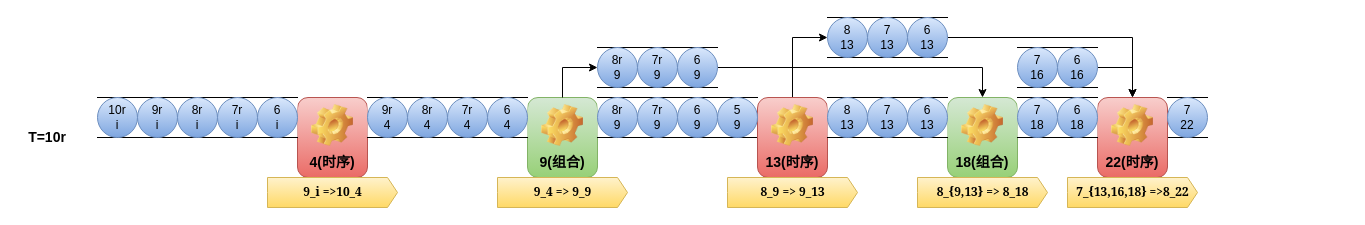
The draw.io diagram verilator_digrams/推测执行2.drawio in Dercury/CLDK, before the edit. Source tidied: cells renumbered, new cells numbered last; positions are measured from the earlier drawing's top-left corner, leaving out a move shared by most shapes. Both pictures are drawn from the tidied source at 100%, with x=0, y=0 at pixel (17, 17).
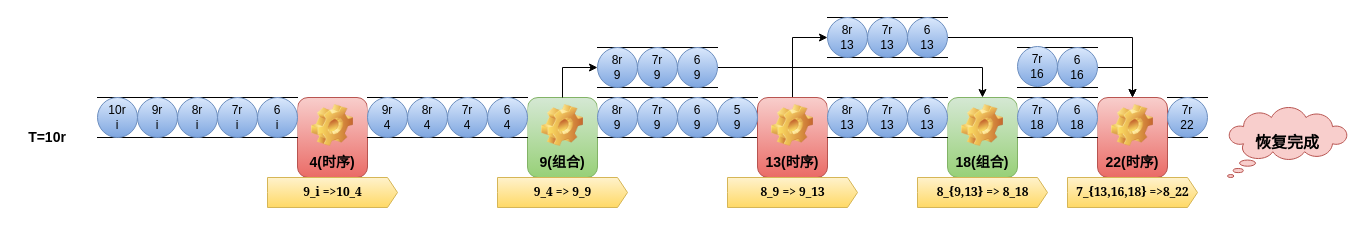
The same diagram, later.

Commit message (it also covers changes not shown here):
更新推测执行2.drawio

The edit, as a diff of the source:
```diff
@@
-    <mxCell id="30" value="&lt;div&gt;7&lt;/div&gt;&lt;div&gt;18&lt;/div&gt;" style="ellipse;whiteSpace=wrap;html=1;fillColor=#dae8fc;gradientColor=#7ea6e0;strokeColor=#6c8ebf;" parent="1" vertex="1">
+    <mxCell id="30" value="&lt;div&gt;7r&lt;/div&gt;&lt;div&gt;18&lt;/div&gt;" style="ellipse;whiteSpace=wrap;html=1;fillColor=#dae8fc;gradientColor=#7ea6e0;strokeColor=#6c8ebf;" parent="1" vertex="1">
       <mxGeometry x="1000" y="80" width="40" height="40" as="geometry" />
     </mxCell>
@@
-    <mxCell id="32" value="&lt;div&gt;7&lt;/div&gt;&lt;div&gt;22&lt;/div&gt;" style="ellipse;whiteSpace=wrap;html=1;fillColor=#dae8fc;gradientColor=#7ea6e0;strokeColor=#6c8ebf;" parent="1" vertex="1">
+    <mxCell id="32" value="&lt;div&gt;7r&lt;/div&gt;&lt;div&gt;22&lt;/div&gt;" style="ellipse;whiteSpace=wrap;html=1;fillColor=#dae8fc;gradientColor=#7ea6e0;strokeColor=#6c8ebf;" parent="1" vertex="1">
       <mxGeometry x="1150" y="80" width="40" height="40" as="geometry" />
     </mxCell>
@@
-    <mxCell id="36" value="&lt;div&gt;8&lt;/div&gt;&lt;div&gt;13&lt;/div&gt;" style="ellipse;whiteSpace=wrap;html=1;fillColor=#dae8fc;gradientColor=#7ea6e0;strokeColor=#6c8ebf;" parent="1" vertex="1">
+    <mxCell id="36" value="&lt;div&gt;8r&lt;/div&gt;&lt;div&gt;13&lt;/div&gt;" style="ellipse;whiteSpace=wrap;html=1;fillColor=#dae8fc;gradientColor=#7ea6e0;strokeColor=#6c8ebf;" parent="1" vertex="1">
       <mxGeometry x="810" width="40" height="40" as="geometry" />
     </mxCell>
@@
-    <mxCell id="39" value="&lt;div&gt;7&lt;/div&gt;&lt;div&gt;16&lt;/div&gt;" style="ellipse;whiteSpace=wrap;html=1;fillColor=#dae8fc;gradientColor=#7ea6e0;strokeColor=#6c8ebf;" parent="1" vertex="1">
-      <mxGeometry x="1000" y="30" width="40" height="40" as="geometry" />
+    <mxCell id="39" value="&lt;div&gt;7r&lt;/div&gt;&lt;div&gt;16&lt;/div&gt;" style="ellipse;whiteSpace=wrap;html=1;fillColor=#dae8fc;gradientColor=#7ea6e0;strokeColor=#6c8ebf;" parent="1" vertex="1">
+      <mxGeometry x="1000" y="29" width="40" height="40" as="geometry" />
     </mxCell>
@@
-    <mxCell id="43" value="&lt;div&gt;7&lt;/div&gt;&lt;div&gt;13&lt;/div&gt;" style="ellipse;whiteSpace=wrap;html=1;fillColor=#dae8fc;gradientColor=#7ea6e0;strokeColor=#6c8ebf;" parent="1" vertex="1">
+    <mxCell id="43" value="&lt;div&gt;7r&lt;/div&gt;&lt;div&gt;13&lt;/div&gt;" style="ellipse;whiteSpace=wrap;html=1;fillColor=#dae8fc;gradientColor=#7ea6e0;strokeColor=#6c8ebf;" parent="1" vertex="1">
       <mxGeometry x="850" y="80" width="40" height="40" as="geometry" />
     </mxCell>
-    <mxCell id="44" value="&lt;div&gt;7&lt;/div&gt;&lt;div&gt;13&lt;/div&gt;" style="ellipse;whiteSpace=wrap;html=1;fillColor=#dae8fc;gradientColor=#7ea6e0;strokeColor=#6c8ebf;" parent="1" vertex="1">
+    <mxCell id="44" value="&lt;div&gt;7r&lt;/div&gt;&lt;div&gt;13&lt;/div&gt;" style="ellipse;whiteSpace=wrap;html=1;fillColor=#dae8fc;gradientColor=#7ea6e0;strokeColor=#6c8ebf;" parent="1" vertex="1">
       <mxGeometry x="850" width="40" height="40" as="geometry" />
     </mxCell>
@@
-    <mxCell id="53" value="&lt;div&gt;8&lt;/div&gt;&lt;div&gt;13&lt;/div&gt;" style="ellipse;whiteSpace=wrap;html=1;fillColor=#dae8fc;gradientColor=#7ea6e0;strokeColor=#6c8ebf;" parent="1" vertex="1">
+    <mxCell id="53" value="&lt;div&gt;8r&lt;/div&gt;&lt;div&gt;13&lt;/div&gt;" style="ellipse;whiteSpace=wrap;html=1;fillColor=#dae8fc;gradientColor=#7ea6e0;strokeColor=#6c8ebf;" parent="1" vertex="1">
       <mxGeometry x="810" y="80" width="40" height="40" as="geometry" />
     </mxCell>
+    <mxCell id="54" value="恢复完成" style="whiteSpace=wrap;html=1;shape=mxgraph.basic.cloud_callout;fillColor=#f8cecc;strokeColor=#b85450;fontSize=16;fontStyle=1;" parent="1" vertex="1">
+      <mxGeometry x="1210" y="90" width="120" height="70" as="geometry" />
+    </mxCell>
```
